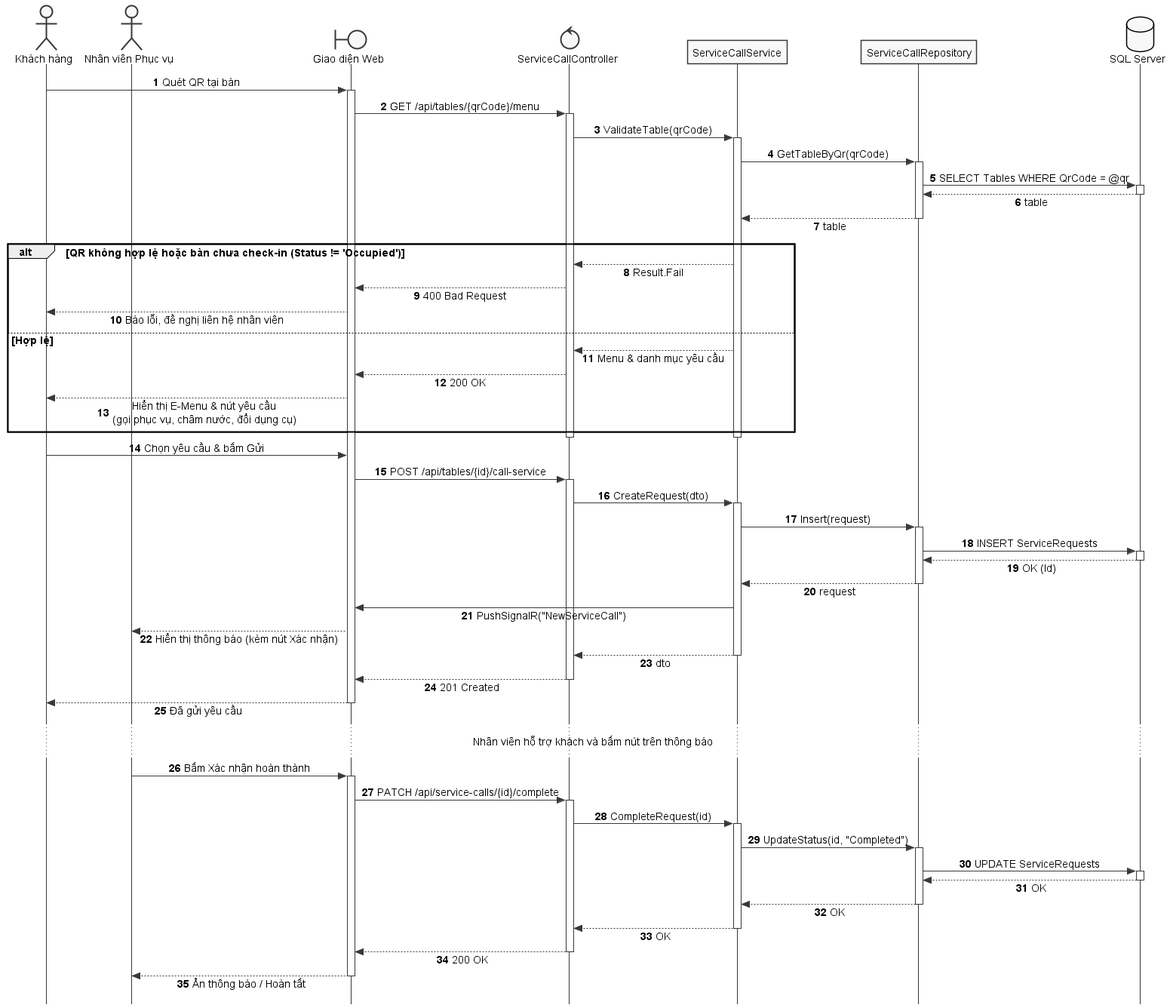
Before: docs/Diagram/puml/sequences/SD_UC_U2_Call_Service_QR.png, a diagram exported from PlantUML (AndrewQng/VinDining). Source of this version:
```plantuml
@startuml SD_UC_U2_Call_Service_QR
autonumber
skinparam style strictuml
skinparam monochrome true
skinparam shadowing false
skinparam sequenceMessageAlign center
skinparam responseMessageBelowArrow true
skinparam defaultFontName "Segoe UI", Arial, sans-serif
skinparam defaultFontSize 14

actor "Khách hàng" as Guest
actor "Nhân viên Phục vụ" as Waitstaff
boundary "Giao diện Web" as UI
control "ServiceCallController" as Controller
participant "ServiceCallService" as Service
participant "ServiceCallRepository" as Repo
database "SQL Server" as DB

Guest -> UI: Quét QR tại bàn
activate UI
UI -> Controller: GET /api/tables/{qrCode}/menu
activate Controller
Controller -> Service: ValidateTable(qrCode)
activate Service
Service -> Repo: GetTableByQr(qrCode)
activate Repo
Repo -> DB: SELECT Tables WHERE QrCode = @qr
activate DB
DB --> Repo: table
deactivate DB
Repo --> Service: table
deactivate Repo

alt QR không hợp lệ hoặc bàn chưa check-in (Status != 'Occupied')
    Service --> Controller: Result.Fail
    Controller --> UI: 400 Bad Request
    UI --> Guest: Báo lỗi, đề nghị liên hệ nhân viên
else Hợp lệ
    Service --> Controller: Menu & danh mục yêu cầu
    Controller --> UI: 200 OK
    UI --> Guest: Hiển thị E-Menu & nút yêu cầu\n(gọi phục vụ, châm nước, đổi dụng cụ)
end
deactivate Service
deactivate Controller

Guest -> UI: Chọn yêu cầu & bấm Gửi

UI -> Controller: POST /api/tables/{id}/call-service
activate Controller

Controller -> Service: CreateRequest(dto)
activate Service

Service -> Repo: Insert(request)
activate Repo

Repo -> DB: INSERT ServiceRequests
activate DB
DB --> Repo: OK (Id)
deactivate DB

Repo --> Service: request
deactivate Repo

Service -> UI: PushSignalR("NewServiceCall")
UI --> Waitstaff: Hiển thị thông báo (kèm nút Xác nhận)

Service --> Controller: dto
deactivate Service

Controller --> UI: 201 Created
deactivate Controller

UI --> Guest: Đã gửi yêu cầu
deactivate UI

... Nhân viên hỗ trợ khách và bấm nút trên thông báo ...

Waitstaff -> UI: Bấm Xác nhận hoàn thành
activate UI

UI -> Controller: PATCH /api/service-calls/{id}/complete
activate Controller

Controller -> Service: CompleteRequest(id)
activate Service

Service -> Repo: UpdateStatus(id, "Completed")
activate Repo

Repo -> DB: UPDATE ServiceRequests
activate DB
DB --> Repo: OK
deactivate DB

Repo --> Service: OK
deactivate Repo

Service --> Controller: OK
deactivate Service

Controller --> UI: 200 OK
deactivate Controller

UI --> Waitstaff: Ẩn thông báo / Hoàn tất
deactivate UI

@enduml
```
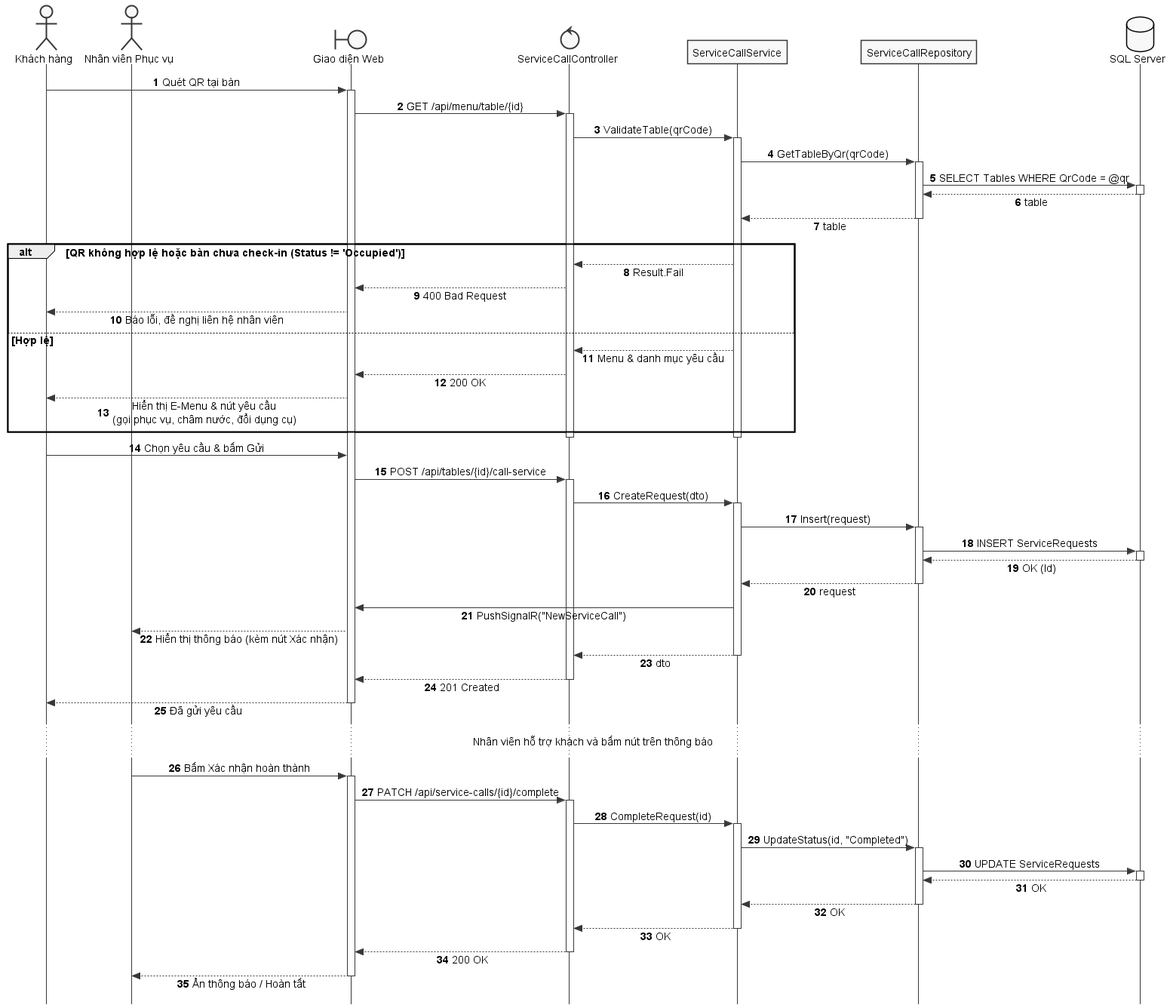
Above is the later version.

The edit, as a diff of the source:
```diff
@@ -18,7 +18,7 @@
 
 Guest -> UI: Quét QR tại bàn
 activate UI
-UI -> Controller: GET /api/tables/{qrCode}/menu
+UI -> Controller: GET /api/menu/table/{id}
 activate Controller
 Controller -> Service: ValidateTable(qrCode)
 activate Service
```
